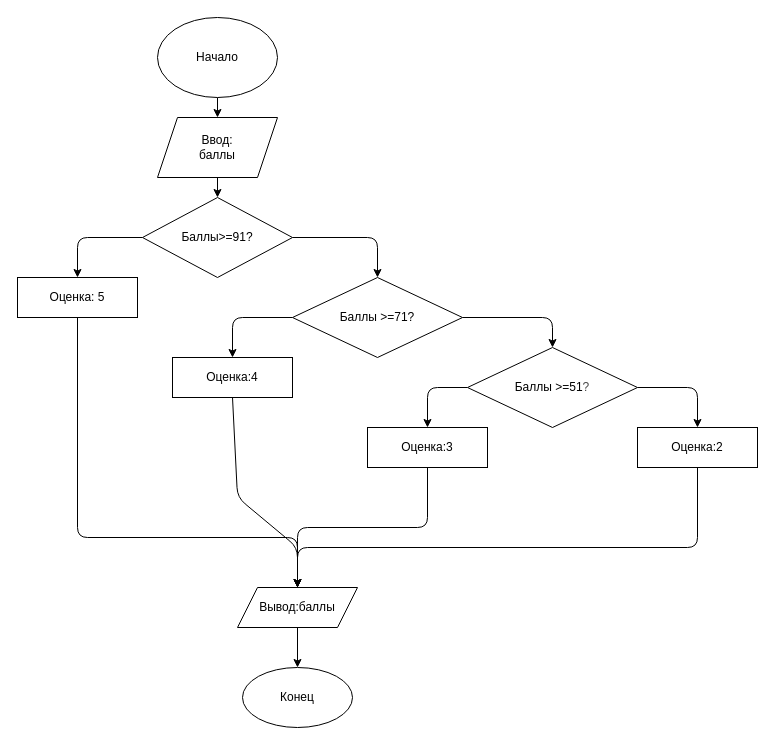
Earlier version of the draw.io diagram diagrams/step5_grade_check.drawio (daria-chr/Lab17_Algorithms). Source tidied: cells renumbered, new cells numbered last; positions are measured from the earlier drawing's top-left corner, leaving out a move shared by most shapes. Both pictures are drawn from the tidied source at 100%, with x=0, y=0 at pixel (17, 17).
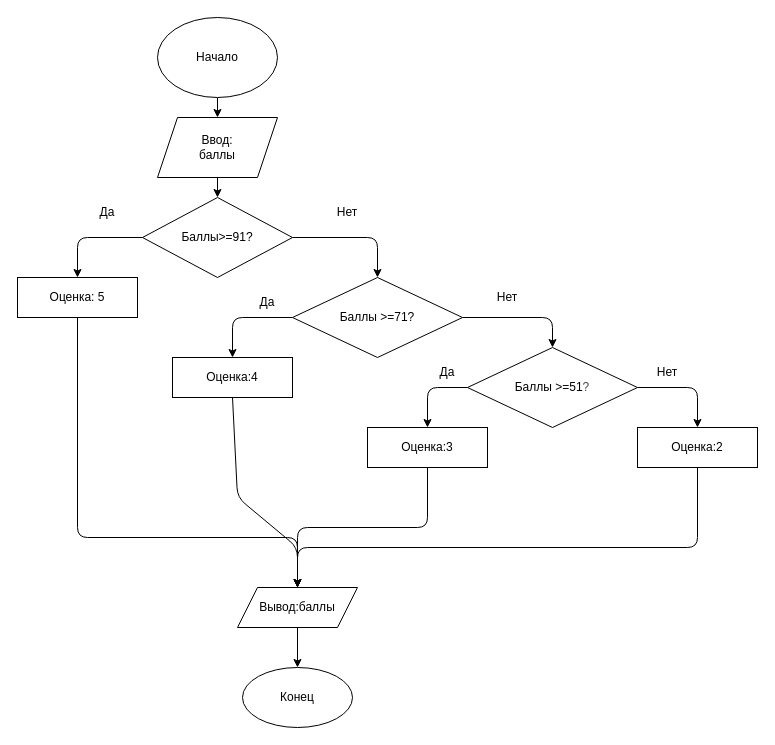
The same page after the edit.

Commit message (it also covers changes not shown here):
Step 6: while and for loops with flowcharts

What changed in the source:
```diff
@@
+    <mxCell id="26" value="Да" style="text;html=1;align=center;verticalAlign=middle;whiteSpace=wrap;rounded=0;" parent="1" vertex="1">
+      <mxGeometry x="60" y="180" width="60" height="30" as="geometry" />
+    </mxCell>
+    <mxCell id="27" value="Да" style="text;html=1;align=center;verticalAlign=middle;whiteSpace=wrap;rounded=0;" parent="1" vertex="1">
+      <mxGeometry x="220" y="270" width="60" height="30" as="geometry" />
+    </mxCell>
+    <mxCell id="28" value="Да" style="text;html=1;align=center;verticalAlign=middle;whiteSpace=wrap;rounded=0;" parent="1" vertex="1">
+      <mxGeometry x="400" y="340" width="60" height="30" as="geometry" />
+    </mxCell>
+    <mxCell id="29" value="Нет" style="text;html=1;align=center;verticalAlign=middle;whiteSpace=wrap;rounded=0;" parent="1" vertex="1">
+      <mxGeometry x="300" y="180" width="60" height="30" as="geometry" />
+    </mxCell>
+    <mxCell id="30" value="Нет" style="text;html=1;align=center;verticalAlign=middle;whiteSpace=wrap;rounded=0;" parent="1" vertex="1">
+      <mxGeometry x="460" y="265" width="60" height="30" as="geometry" />
+    </mxCell>
+    <mxCell id="31" value="Нет" style="text;html=1;align=center;verticalAlign=middle;whiteSpace=wrap;rounded=0;" parent="1" vertex="1">
+      <mxGeometry x="620" y="340" width="60" height="30" as="geometry" />
+    </mxCell>
```
